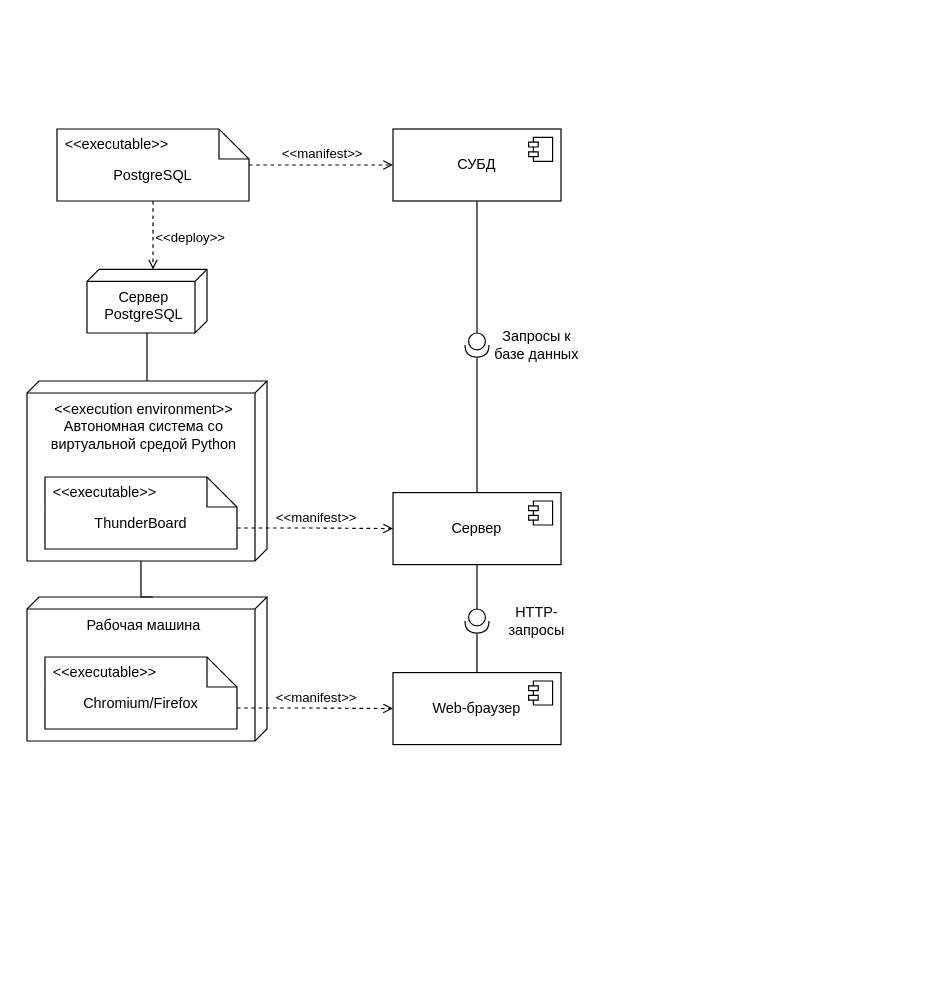
Before: docs/raw_diagrams/deployment.drawio in aVorotnikov/thunder_board, a draw.io diagram. Source tidied: cells renumbered, new cells numbered last; positions are measured from the earlier drawing's top-left corner, leaving out a move shared by most shapes. Both pictures are drawn from the tidied source at 120%, with x=0, y=0 at pixel (26, 128).
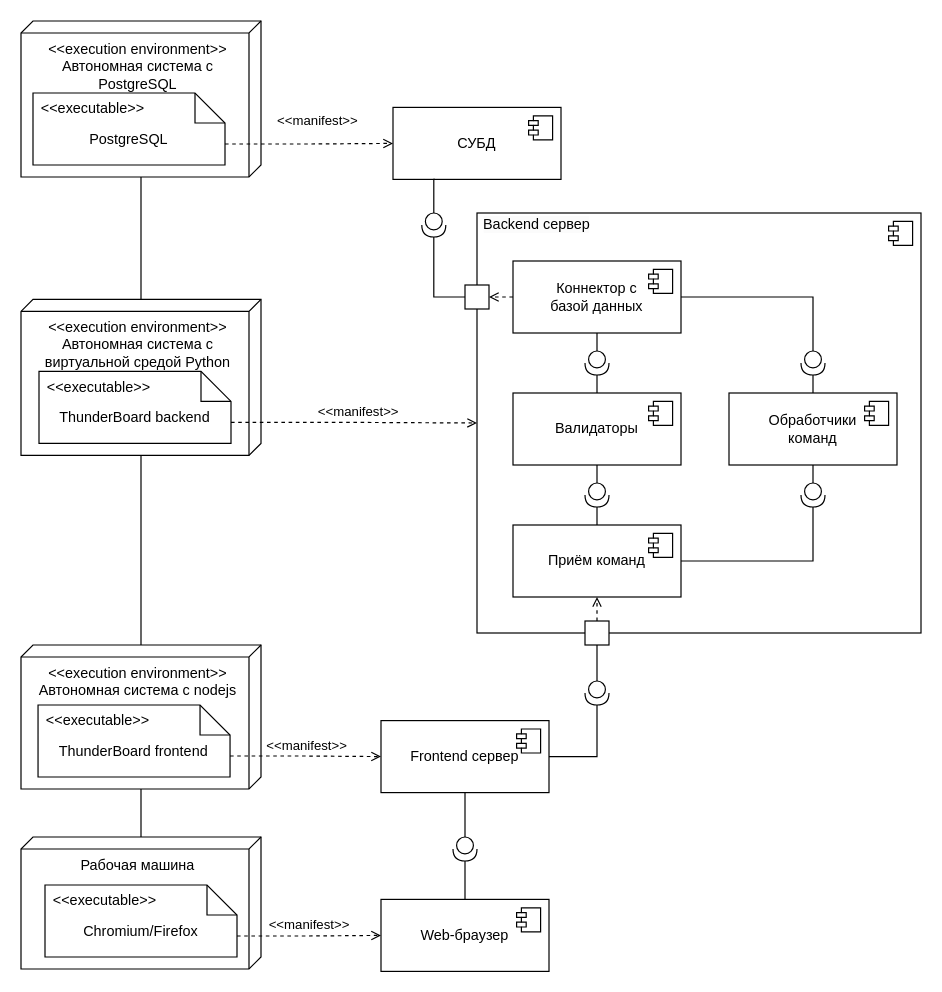
The same diagram, later.

Commit message (it also covers changes not shown here):
Актуализирована диаграмма размещения

Unchanged cells that the change refers to:
```xml
<mxCell id="21" value="&lt;&lt;executable&gt;&gt;" style="strokeColor=none;fillColor=none;align=left;spacingLeft=5;" parent="20" vertex="1">
  <mxGeometry width="160" height="25" relative="1" as="geometry" />
</mxCell>
```

Diff of the diagram source:
```diff
@@
-    <mxCell id="2" style="edgeStyle=orthogonalEdgeStyle;rounded=0;jettySize=auto;html=1;dashed=1;endArrow=open;endFill=0;" parent="1" edge="1" source="4" target="6">
-      <mxGeometry relative="1" as="geometry" />
-    </mxCell>
-    <mxCell id="3" value="&amp;lt;&amp;lt;manifest&amp;gt;&amp;gt;" style="edgeLabel;html=1;align=center;verticalAlign=middle;" parent="2" vertex="1">
-      <mxGeometry x="0.07" relative="1" as="geometry">
-        <mxPoint x="-4" y="-10" as="offset" />
-      </mxGeometry>
-    </mxCell>
-    <mxCell id="4" value="PostgreSQL" style="shape=note2;boundedLbl=1;whiteSpace=wrap;html=1;size=25;verticalAlign=top;align=center;" parent="1" vertex="1">
-      <mxGeometry x="25" width="160" height="60" as="geometry" />
-    </mxCell>
-    <mxCell id="5" value="&lt;&lt;executable&gt;&gt;" style="strokeColor=none;fillColor=none;align=left;spacingLeft=5;" parent="4" vertex="1">
-      <mxGeometry width="160" height="25" relative="1" as="geometry" />
-    </mxCell>
     <mxCell id="6" value="СУБД" style="html=1;whiteSpace=wrap;" parent="1" vertex="1">
-      <mxGeometry x="305" width="140" height="60" as="geometry" />
+      <mxGeometry x="305" y="-18" width="140" height="60" as="geometry" />
     </mxCell>
@@
-    <mxCell id="8" style="edgeStyle=orthogonalEdgeStyle;rounded=0;jettySize=auto;html=1;endArrow=none;endFill=0;" parent="1" edge="1" source="9" target="12">
+    <mxCell id="8" style="edgeStyle=orthogonalEdgeStyle;rounded=0;jettySize=auto;html=1;endArrow=none;endFill=0;exitDx=130;exitDy=105;exitPerimeter=0;" parent="1" edge="1" source="38" target="12">
       <mxGeometry relative="1" as="geometry" />
     </mxCell>
-    <mxCell id="9" value="Сервер PostgreSQL" style="verticalAlign=top;align=center;shape=cube;size=10;direction=south;html=1;boundedLbl=1;spacingLeft=5;whiteSpace=wrap;" parent="1" vertex="1">
-      <mxGeometry x="50" y="117" width="100" height="53" as="geometry" />
-    </mxCell>
-    <mxCell id="10" style="edgeStyle=orthogonalEdgeStyle;rounded=0;jettySize=auto;html=1;dashed=1;endArrow=open;endFill=0;exitX=0.5;exitY=1;exitDx=0;exitDy=0;exitPerimeter=0;entryX=0;entryY=0;entryDx=0;entryDy=45;entryPerimeter=0;" parent="1" edge="1" source="4" target="9">
-      <mxGeometry relative="1" as="geometry" />
-    </mxCell>
-    <mxCell id="11" value="&amp;lt;&amp;lt;deploy&amp;gt;&amp;gt;" style="edgeLabel;html=1;align=center;verticalAlign=middle;" parent="10" vertex="1">
-      <mxGeometry x="0.07" relative="1" as="geometry">
-        <mxPoint x="30" as="offset" />
-      </mxGeometry>
-    </mxCell>
-    <mxCell id="12" value="&amp;lt;&amp;lt;execution environment&amp;gt;&amp;gt;&lt;br&gt;Автономная система со виртуальной средой Python" style="verticalAlign=top;align=center;shape=cube;size=10;direction=south;html=1;boundedLbl=1;spacingLeft=5;whiteSpace=wrap;" parent="1" vertex="1">
-      <mxGeometry y="210" width="200" height="150" as="geometry" />
+    <mxCell id="12" value="&amp;lt;&amp;lt;execution environment&amp;gt;&amp;gt;&lt;br&gt;Автономная система с nodejs" style="verticalAlign=top;align=center;shape=cube;size=10;direction=south;html=1;boundedLbl=1;spacingLeft=5;whiteSpace=wrap;" parent="1" vertex="1">
+      <mxGeometry x="-5" y="430" width="200" height="120" as="geometry" />
     </mxCell>
-    <mxCell id="13" value="ThunderBoard" style="shape=note2;boundedLbl=1;whiteSpace=wrap;html=1;size=25;verticalAlign=top;align=center;" parent="1" vertex="1">
-      <mxGeometry x="15" y="290" width="160" height="60" as="geometry" />
+    <mxCell id="13" value="ThunderBoard frontend" style="shape=note2;boundedLbl=1;whiteSpace=wrap;html=1;size=25;verticalAlign=top;align=center;" parent="1" vertex="1">
+      <mxGeometry x="9.2" y="480" width="160" height="60" as="geometry" />
     </mxCell>
@@
-    <mxCell id="15" value="Сервер" style="html=1;whiteSpace=wrap;" parent="1" vertex="1">
-      <mxGeometry x="305" y="303" width="140" height="60" as="geometry" />
+    <mxCell id="15" value="Frontend сервер" style="html=1;whiteSpace=wrap;" parent="1" vertex="1">
+      <mxGeometry x="295" y="493" width="140" height="60" as="geometry" />
     </mxCell>
@@
     <mxCell id="19" value="Рабочая машина" style="verticalAlign=top;align=center;shape=cube;size=10;direction=south;html=1;boundedLbl=1;spacingLeft=5;whiteSpace=wrap;" parent="1" vertex="1">
-      <mxGeometry y="390" width="200" height="120" as="geometry" />
+      <mxGeometry x="-5" y="590" width="200" height="110" as="geometry" />
     </mxCell>
     <mxCell id="20" value="Chromium/Firefox" style="shape=note2;boundedLbl=1;whiteSpace=wrap;html=1;size=25;verticalAlign=top;align=center;" parent="1" vertex="1">
-      <mxGeometry x="15" y="440" width="160" height="60" as="geometry" />
+      <mxGeometry x="15" y="630" width="160" height="60" as="geometry" />
     </mxCell>
@@
+    <mxCell id="35" style="edgeStyle=orthogonalEdgeStyle;rounded=0;orthogonalLoop=1;jettySize=auto;html=1;exitX=0.5;exitY=1;exitDx=0;exitDy=0;" parent="20" edge="1" source="21" target="21">
+      <mxGeometry relative="1" as="geometry" />
+    </mxCell>
-    <mxCell id="22" style="edgeStyle=orthogonalEdgeStyle;rounded=0;jettySize=auto;html=1;endArrow=none;endFill=0;exitX=0;exitY=0;exitDx=0;exitDy=95;exitPerimeter=0;entryX=0;entryY=0;entryDx=150;entryDy=105;entryPerimeter=0;" parent="1" edge="1" source="19" target="12">
+    <mxCell id="22" style="edgeStyle=orthogonalEdgeStyle;rounded=0;jettySize=auto;html=1;endArrow=none;endFill=0;exitDx=0;exitDy=95;exitPerimeter=0;entryDx=120;entryDy=105;entryPerimeter=0;" parent="1" edge="1" source="19" target="12">
       <mxGeometry relative="1" as="geometry" />
     </mxCell>
     <mxCell id="23" value="Web-браузер" style="html=1;whiteSpace=wrap;" parent="1" vertex="1">
-      <mxGeometry x="305" y="453" width="140" height="60" as="geometry" />
+      <mxGeometry x="295" y="642" width="140" height="60" as="geometry" />
     </mxCell>
@@
     <mxCell id="28" style="shape=providedRequiredInterface;html=1;verticalLabelPosition=bottom;sketch=0;direction=south;" parent="1" vertex="1">
-      <mxGeometry x="365" y="400" width="20" height="20" as="geometry" />
+      <mxGeometry x="355" y="590" width="20" height="20" as="geometry" />
     </mxCell>
@@
-    <mxCell id="30" style="edgeStyle=orthogonalEdgeStyle;rounded=0;jettySize=auto;html=1;endArrow=none;endFill=0;exitX=0.5;exitY=1;exitDx=0;exitDy=0;entryX=0;entryY=0.5;entryDx=0;entryDy=0;entryPerimeter=0;" parent="1" edge="1" source="6" target="31">
+    <mxCell id="30" style="edgeStyle=orthogonalEdgeStyle;rounded=0;jettySize=auto;html=1;endArrow=none;endFill=0;exitX=0.25;exitY=1;exitDx=0;exitDy=0;entryX=0;entryY=0.5;entryDx=0;entryDy=0;entryPerimeter=0;" parent="1" edge="1" source="6" target="31">
       <mxGeometry relative="1" as="geometry" />
     </mxCell>
     <mxCell id="31" style="shape=providedRequiredInterface;html=1;verticalLabelPosition=bottom;sketch=0;direction=south;" parent="1" vertex="1">
-      <mxGeometry x="365" y="170" width="20" height="20" as="geometry" />
+      <mxGeometry x="329" y="70" width="20" height="20" as="geometry" />
     </mxCell>
-    <mxCell id="32" style="edgeStyle=orthogonalEdgeStyle;rounded=0;jettySize=auto;html=1;endArrow=none;endFill=0;exitX=1;exitY=0.5;exitDx=0;exitDy=0;exitPerimeter=0;entryX=0.5;entryY=0;entryDx=0;entryDy=0;" parent="1" edge="1" source="31" target="15">
+    <mxCell id="32" style="edgeStyle=orthogonalEdgeStyle;rounded=0;jettySize=auto;html=1;endArrow=none;endFill=0;exitX=1;exitY=0.5;exitDx=0;exitDy=0;exitPerimeter=0;entryX=1;entryY=0.5;entryDx=0;entryDy=0;" parent="1" edge="1" source="50" target="15">
       <mxGeometry relative="1" as="geometry" />
     </mxCell>
-    <mxCell id="33" value="Запросы к базе данных" style="text;html=1;strokeColor=none;fillColor=none;align=center;verticalAlign=middle;whiteSpace=wrap;rounded=0;" parent="1" vertex="1">
-      <mxGeometry x="385" y="165" width="80" height="30" as="geometry" />
-    </mxCell>
-    <mxCell id="34" value="HTTP-запросы" style="text;html=1;strokeColor=none;fillColor=none;align=center;verticalAlign=middle;whiteSpace=wrap;rounded=0;" parent="1" vertex="1">
-      <mxGeometry x="385" y="395" width="80" height="30" as="geometry" />
-    </mxCell>
+    <mxCell id="36" value="&amp;lt;&amp;lt;execution environment&amp;gt;&amp;gt;&lt;br&gt;Автономная система с PostgreSQL" style="verticalAlign=top;align=center;shape=cube;size=10;direction=south;html=1;boundedLbl=1;spacingLeft=5;whiteSpace=wrap;" parent="1" vertex="1">
+      <mxGeometry x="-5" y="-90" width="200" height="130" as="geometry" />
+    </mxCell>
+    <mxCell id="4" value="PostgreSQL" style="shape=note2;boundedLbl=1;whiteSpace=wrap;html=1;size=25;verticalAlign=top;align=center;" parent="1" vertex="1">
+      <mxGeometry x="5" y="-30" width="160" height="60" as="geometry" />
+    </mxCell>
+    <mxCell id="37" value="&lt;&lt;executable&gt;&gt;" style="strokeColor=none;fillColor=none;align=left;spacingLeft=5;" parent="4" vertex="1">
+      <mxGeometry width="160" height="25" relative="1" as="geometry" />
+    </mxCell>
+    <mxCell id="2" style="edgeStyle=orthogonalEdgeStyle;rounded=0;jettySize=auto;html=1;dashed=1;endArrow=open;endFill=0;exitX=0;exitY=0;exitDx=160;exitDy=42.5;exitPerimeter=0;" parent="1" edge="1" source="4" target="6">
+      <mxGeometry relative="1" as="geometry" />
+    </mxCell>
+    <mxCell id="3" value="&amp;lt;&amp;lt;manifest&amp;gt;&amp;gt;" style="edgeLabel;html=1;align=center;verticalAlign=middle;" parent="2" vertex="1">
+      <mxGeometry x="0.07" relative="1" as="geometry">
+        <mxPoint x="2" y="-20" as="offset" />
+      </mxGeometry>
+    </mxCell>
+    <mxCell id="38" value="&amp;lt;&amp;lt;execution environment&amp;gt;&amp;gt;&lt;br&gt;Автономная система с виртуальной средой Python" style="verticalAlign=top;align=center;shape=cube;size=10;direction=south;html=1;boundedLbl=1;spacingLeft=5;whiteSpace=wrap;" parent="1" vertex="1">
+      <mxGeometry x="-5" y="142" width="200" height="130" as="geometry" />
+    </mxCell>
+    <mxCell id="39" value="ThunderBoard backend" style="shape=note2;boundedLbl=1;whiteSpace=wrap;html=1;size=25;verticalAlign=top;align=center;" parent="1" vertex="1">
+      <mxGeometry x="10" y="202" width="160" height="60" as="geometry" />
+    </mxCell>
+    <mxCell id="40" value="&lt;&lt;executable&gt;&gt;" style="strokeColor=none;fillColor=none;align=left;spacingLeft=5;" parent="39" vertex="1">
+      <mxGeometry width="160" height="25" relative="1" as="geometry" />
+    </mxCell>
+    <mxCell id="41" style="html=1;whiteSpace=wrap;" parent="1" vertex="1">
+      <mxGeometry x="375" y="70" width="370" height="350" as="geometry" />
+    </mxCell>
+    <mxCell id="42" style="shape=module;jettyWidth=8;jettyHeight=4;" parent="41" vertex="1">
+      <mxGeometry x="1" width="20" height="20" relative="1" as="geometry">
+        <mxPoint x="-27" y="7" as="offset" />
+      </mxGeometry>
+    </mxCell>
+    <mxCell id="43" style="edgeStyle=orthogonalEdgeStyle;rounded=0;jettySize=auto;html=1;dashed=1;endArrow=open;endFill=0;exitX=0;exitY=0;exitDx=160;exitDy=42.5;exitPerimeter=0;entryX=0;entryY=0.5;entryDx=0;entryDy=0;" parent="1" edge="1" source="39" target="41">
+      <mxGeometry relative="1" as="geometry" />
+    </mxCell>
+    <mxCell id="44" value="&amp;lt;&amp;lt;manifest&amp;gt;&amp;gt;" style="edgeLabel;html=1;align=center;verticalAlign=middle;" parent="43" vertex="1">
+      <mxGeometry x="0.07" relative="1" as="geometry">
+        <mxPoint x="-4" y="-10" as="offset" />
+      </mxGeometry>
+    </mxCell>
+    <mxCell id="45" style="edgeStyle=orthogonalEdgeStyle;rounded=0;jettySize=auto;html=1;endArrow=none;endFill=0;exitDx=130;exitDy=105;exitPerimeter=0;entryDx=0;entryDy=95;entryPerimeter=0;" parent="1" edge="1" source="36" target="38">
+      <mxGeometry relative="1" as="geometry" />
+    </mxCell>
+    <mxCell id="46" value="&lt;span style=&quot;color: rgb(0, 0, 0); font-family: Helvetica; font-size: 12px; font-style: normal; font-variant-ligatures: normal; font-variant-caps: normal; font-weight: 400; letter-spacing: normal; orphans: 2; text-align: center; text-indent: 0px; text-transform: none; widows: 2; word-spacing: 0px; -webkit-text-stroke-width: 0px; white-space: normal; background-color: rgb(251, 251, 251); text-decoration-thickness: initial; text-decoration-style: initial; text-decoration-color: initial; display: inline !important; float: none;&quot;&gt;Backend сервер&lt;/span&gt;" style="text;html=1;align=center;verticalAlign=middle;whiteSpace=wrap;rounded=0;" parent="1" vertex="1">
+      <mxGeometry x="375" y="70" width="100" height="20" as="geometry" />
+    </mxCell>
+    <mxCell id="47" value="Приём команд" style="html=1;whiteSpace=wrap;" parent="1" vertex="1">
+      <mxGeometry x="405" y="330" width="140" height="60" as="geometry" />
+    </mxCell>
+    <mxCell id="48" style="shape=module;jettyWidth=8;jettyHeight=4;" parent="47" vertex="1">
+      <mxGeometry x="1" width="20" height="20" relative="1" as="geometry">
+        <mxPoint x="-27" y="7" as="offset" />
+      </mxGeometry>
+    </mxCell>
+    <mxCell id="49" style="whiteSpace=wrap;html=1;" parent="1" vertex="1">
+      <mxGeometry x="465" y="410" width="20" height="20" as="geometry" />
+    </mxCell>
+    <mxCell id="50" style="shape=providedRequiredInterface;html=1;verticalLabelPosition=bottom;sketch=0;direction=south;" parent="1" vertex="1">
+      <mxGeometry x="465" y="460" width="20" height="20" as="geometry" />
+    </mxCell>
+    <mxCell id="51" style="edgeStyle=orthogonalEdgeStyle;rounded=0;jettySize=auto;html=1;endArrow=none;endFill=0;exitX=0.5;exitY=1;exitDx=0;exitDy=0;entryX=0;entryY=0.5;entryDx=0;entryDy=0;entryPerimeter=0;" parent="1" edge="1" source="49" target="50">
+      <mxGeometry relative="1" as="geometry" />
+    </mxCell>
+    <mxCell id="52" style="edgeStyle=orthogonalEdgeStyle;rounded=0;jettySize=auto;html=1;dashed=1;endArrow=open;endFill=0;exitX=0.5;exitY=0;exitDx=0;exitDy=0;entryX=0.5;entryY=1;entryDx=0;entryDy=0;" parent="1" edge="1" source="49" target="47">
+      <mxGeometry relative="1" as="geometry" />
+    </mxCell>
+    <mxCell id="53" value="Валидаторы" style="html=1;whiteSpace=wrap;" parent="1" vertex="1">
+      <mxGeometry x="405" y="220" width="140" height="60" as="geometry" />
+    </mxCell>
+    <mxCell id="54" style="shape=module;jettyWidth=8;jettyHeight=4;" parent="53" vertex="1">
+      <mxGeometry x="1" width="20" height="20" relative="1" as="geometry">
+        <mxPoint x="-27" y="7" as="offset" />
+      </mxGeometry>
+    </mxCell>
+    <mxCell id="55" value="Обработчики&lt;div&gt;команд&lt;/div&gt;" style="html=1;whiteSpace=wrap;" parent="1" vertex="1">
+      <mxGeometry x="585" y="220" width="140" height="60" as="geometry" />
+    </mxCell>
+    <mxCell id="56" style="shape=module;jettyWidth=8;jettyHeight=4;" parent="55" vertex="1">
+      <mxGeometry x="1" width="20" height="20" relative="1" as="geometry">
+        <mxPoint x="-27" y="7" as="offset" />
+      </mxGeometry>
+    </mxCell>
+    <mxCell id="57" value="Коннектор с&lt;div&gt;базой данных&lt;/div&gt;" style="html=1;whiteSpace=wrap;" parent="1" vertex="1">
+      <mxGeometry x="405" y="110" width="140" height="60" as="geometry" />
+    </mxCell>
+    <mxCell id="58" style="shape=module;jettyWidth=8;jettyHeight=4;" parent="57" vertex="1">
+      <mxGeometry x="1" width="20" height="20" relative="1" as="geometry">
+        <mxPoint x="-27" y="7" as="offset" />
+      </mxGeometry>
+    </mxCell>
+    <mxCell id="59" style="edgeStyle=orthogonalEdgeStyle;rounded=0;jettySize=auto;html=1;endArrow=none;endFill=0;exitX=1;exitY=0.5;exitDx=0;exitDy=0;entryX=0.5;entryY=0;entryDx=0;entryDy=0;exitPerimeter=0;" parent="1" edge="1" source="60" target="47">
+      <mxGeometry relative="1" as="geometry" />
+    </mxCell>
+    <mxCell id="60" style="shape=providedRequiredInterface;html=1;verticalLabelPosition=bottom;sketch=0;direction=south;" parent="1" vertex="1">
+      <mxGeometry x="465" y="295" width="20" height="20" as="geometry" />
+    </mxCell>
+    <mxCell id="61" style="edgeStyle=orthogonalEdgeStyle;rounded=0;jettySize=auto;html=1;endArrow=none;endFill=0;exitX=0;exitY=0.5;exitDx=0;exitDy=0;entryX=0.5;entryY=1;entryDx=0;entryDy=0;exitPerimeter=0;" parent="1" edge="1" source="60" target="53">
+      <mxGeometry relative="1" as="geometry" />
+    </mxCell>
+    <mxCell id="62" style="edgeStyle=orthogonalEdgeStyle;rounded=0;jettySize=auto;html=1;endArrow=none;endFill=0;exitX=1;exitY=0.5;exitDx=0;exitDy=0;entryX=1;entryY=0.5;entryDx=0;entryDy=0;exitPerimeter=0;" parent="1" edge="1" source="63" target="47">
+      <mxGeometry relative="1" as="geometry" />
+    </mxCell>
+    <mxCell id="63" style="shape=providedRequiredInterface;html=1;verticalLabelPosition=bottom;sketch=0;direction=south;" parent="1" vertex="1">
+      <mxGeometry x="645" y="295" width="20" height="20" as="geometry" />
+    </mxCell>
+    <mxCell id="64" style="edgeStyle=orthogonalEdgeStyle;rounded=0;jettySize=auto;html=1;endArrow=none;endFill=0;exitX=0;exitY=0.5;exitDx=0;exitDy=0;entryX=0.5;entryY=1;entryDx=0;entryDy=0;exitPerimeter=0;" parent="1" edge="1" source="63" target="55">
+      <mxGeometry relative="1" as="geometry" />
+    </mxCell>
+    <mxCell id="65" style="edgeStyle=orthogonalEdgeStyle;rounded=0;jettySize=auto;html=1;endArrow=none;endFill=0;exitX=1;exitY=0.5;exitDx=0;exitDy=0;entryX=0.5;entryY=0;entryDx=0;entryDy=0;exitPerimeter=0;" parent="1" edge="1" source="66" target="53">
+      <mxGeometry relative="1" as="geometry" />
+    </mxCell>
+    <mxCell id="66" style="shape=providedRequiredInterface;html=1;verticalLabelPosition=bottom;sketch=0;direction=south;" parent="1" vertex="1">
+      <mxGeometry x="465" y="185" width="20" height="20" as="geometry" />
+    </mxCell>
+    <mxCell id="67" style="edgeStyle=orthogonalEdgeStyle;rounded=0;jettySize=auto;html=1;endArrow=none;endFill=0;exitX=0;exitY=0.5;exitDx=0;exitDy=0;entryX=0.5;entryY=1;entryDx=0;entryDy=0;exitPerimeter=0;" parent="1" edge="1" source="66" target="57">
+      <mxGeometry relative="1" as="geometry" />
+    </mxCell>
+    <mxCell id="68" style="edgeStyle=orthogonalEdgeStyle;rounded=0;jettySize=auto;html=1;endArrow=none;endFill=0;exitX=1;exitY=0.5;exitDx=0;exitDy=0;entryX=0.5;entryY=0;entryDx=0;entryDy=0;exitPerimeter=0;" parent="1" edge="1" source="69" target="55">
+      <mxGeometry relative="1" as="geometry" />
+    </mxCell>
+    <mxCell id="69" style="shape=providedRequiredInterface;html=1;verticalLabelPosition=bottom;sketch=0;direction=south;" parent="1" vertex="1">
+      <mxGeometry x="645" y="185" width="20" height="20" as="geometry" />
+    </mxCell>
+    <mxCell id="70" style="edgeStyle=orthogonalEdgeStyle;rounded=0;jettySize=auto;html=1;endArrow=none;endFill=0;exitX=0;exitY=0.5;exitDx=0;exitDy=0;entryX=1;entryY=0.5;entryDx=0;entryDy=0;exitPerimeter=0;" parent="1" edge="1" source="69" target="57">
+      <mxGeometry relative="1" as="geometry" />
+    </mxCell>
+    <mxCell id="71" style="whiteSpace=wrap;html=1;" parent="1" vertex="1">
+      <mxGeometry x="365" y="130" width="20" height="20" as="geometry" />
+    </mxCell>
+    <mxCell id="72" style="edgeStyle=orthogonalEdgeStyle;rounded=0;jettySize=auto;html=1;dashed=1;endArrow=open;endFill=0;exitX=0;exitY=0.5;exitDx=0;exitDy=0;entryX=1;entryY=0.5;entryDx=0;entryDy=0;" parent="1" edge="1" source="57" target="71">
+      <mxGeometry relative="1" as="geometry" />
+    </mxCell>
+    <mxCell id="73" style="edgeStyle=orthogonalEdgeStyle;rounded=0;jettySize=auto;html=1;endArrow=none;endFill=0;exitX=1;exitY=0.5;exitDx=0;exitDy=0;entryX=0;entryY=0.5;entryDx=0;entryDy=0;exitPerimeter=0;" parent="1" edge="1" source="31" target="71">
+      <mxGeometry relative="1" as="geometry" />
+    </mxCell>
```
